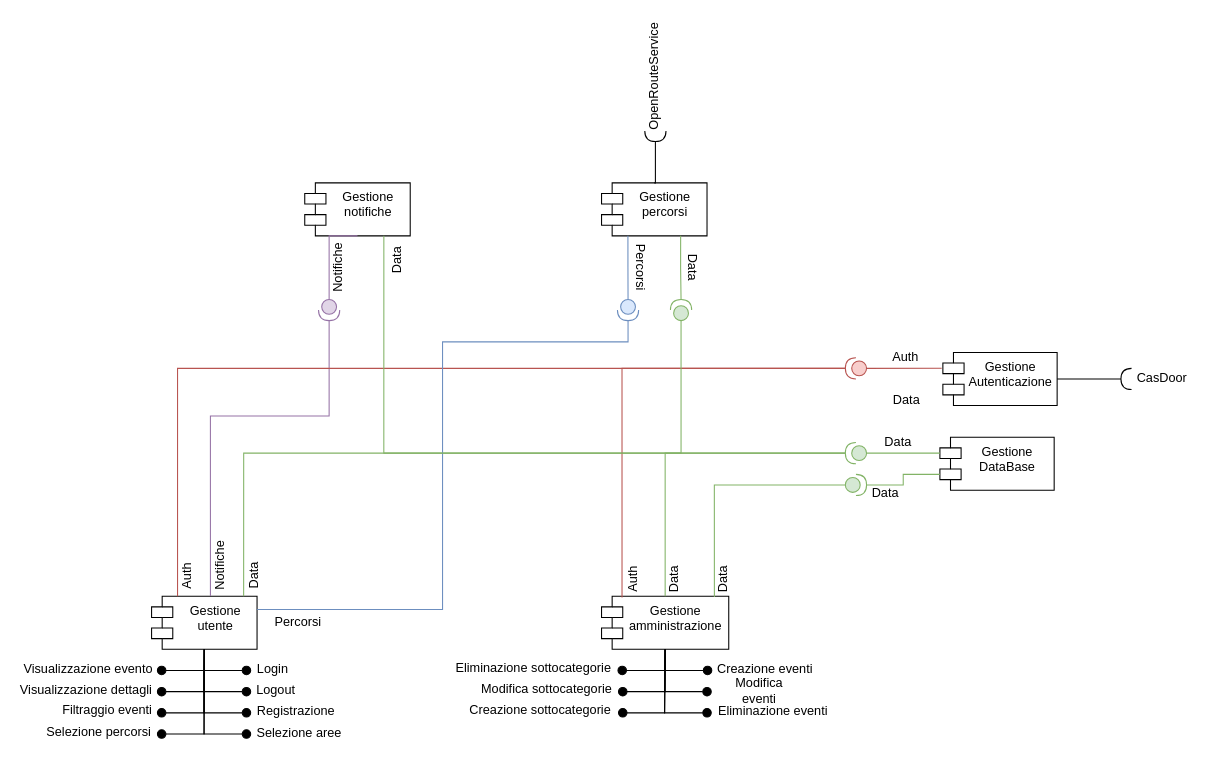
The draw.io diagram Deliverable-2/ComponentDiagram.drawio in ELI20ZIVI/BeeLive, before the edit. Source tidied: cells renumbered, new cells numbered last; positions are measured from the earlier drawing's top-left corner, leaving out a move shared by most shapes. Both pictures are drawn from the tidied source at 106%, with x=0, y=0 at pixel (18, 60).
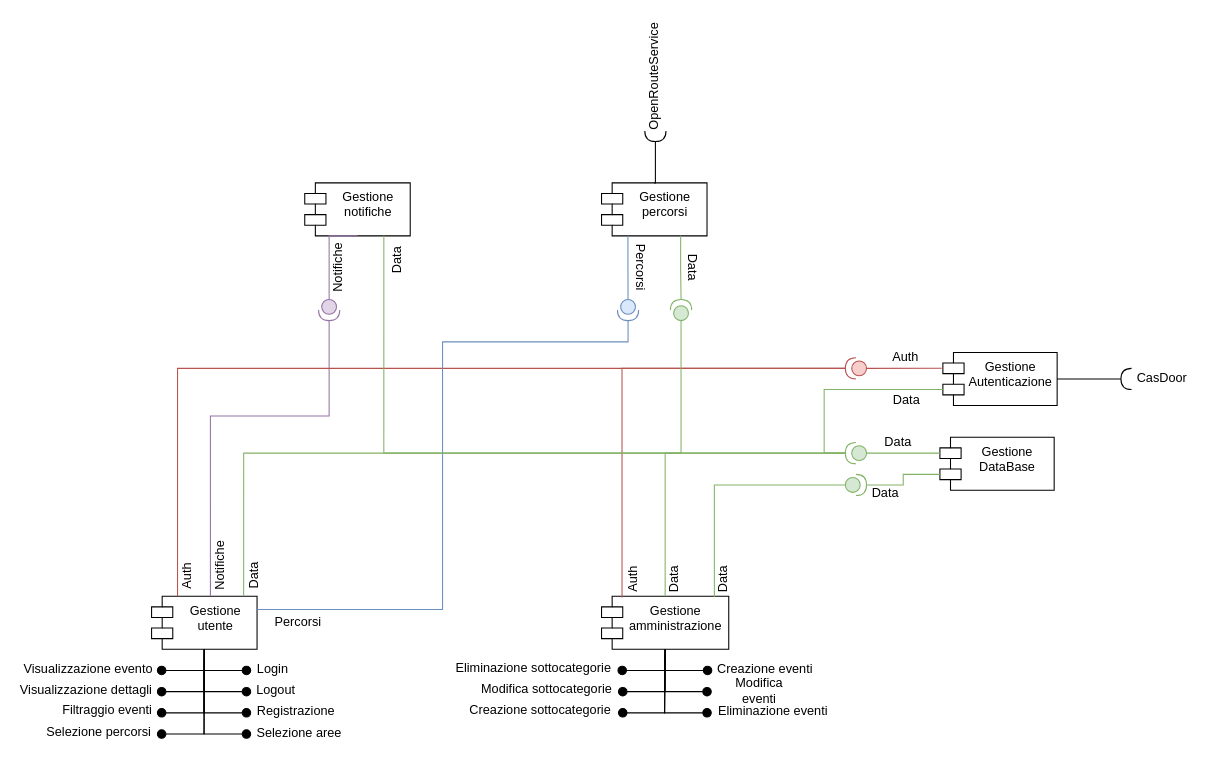
After the change.

The change refers to these unchanged cells:
```xml
<mxCell id="9" value="Gestione Autenticazione" style="shape=module;align=left;spacingLeft=20;align=center;verticalAlign=top;whiteSpace=wrap;html=1;" parent="1" vertex="1">
  <mxGeometry x="872" y="275" width="107.8" height="50" as="geometry" />
</mxCell>
<mxCell id="54" style="shape=providedRequiredInterface;html=1;verticalLabelPosition=bottom;sketch=0;rotation=-180;fillColor=#d5e8d4;strokeColor=#82b366;" parent="1" vertex="1">
  <mxGeometry x="780" y="360" width="20" height="20" as="geometry" />
</mxCell>
```

What changed in the source:
```diff
@@
+    <mxCell id="79" style="edgeStyle=orthogonalEdgeStyle;rounded=0;jettySize=auto;html=1;exitX=0;exitY=0;exitDx=0;exitDy=35;exitPerimeter=0;entryX=1;entryY=0.5;entryDx=0;entryDy=0;entryPerimeter=0;endArrow=none;endFill=0;fillColor=#d5e8d4;strokeColor=#82b366;" parent="1" edge="1" source="9" target="54">
+      <mxGeometry relative="1" as="geometry" />
+    </mxCell>
```
